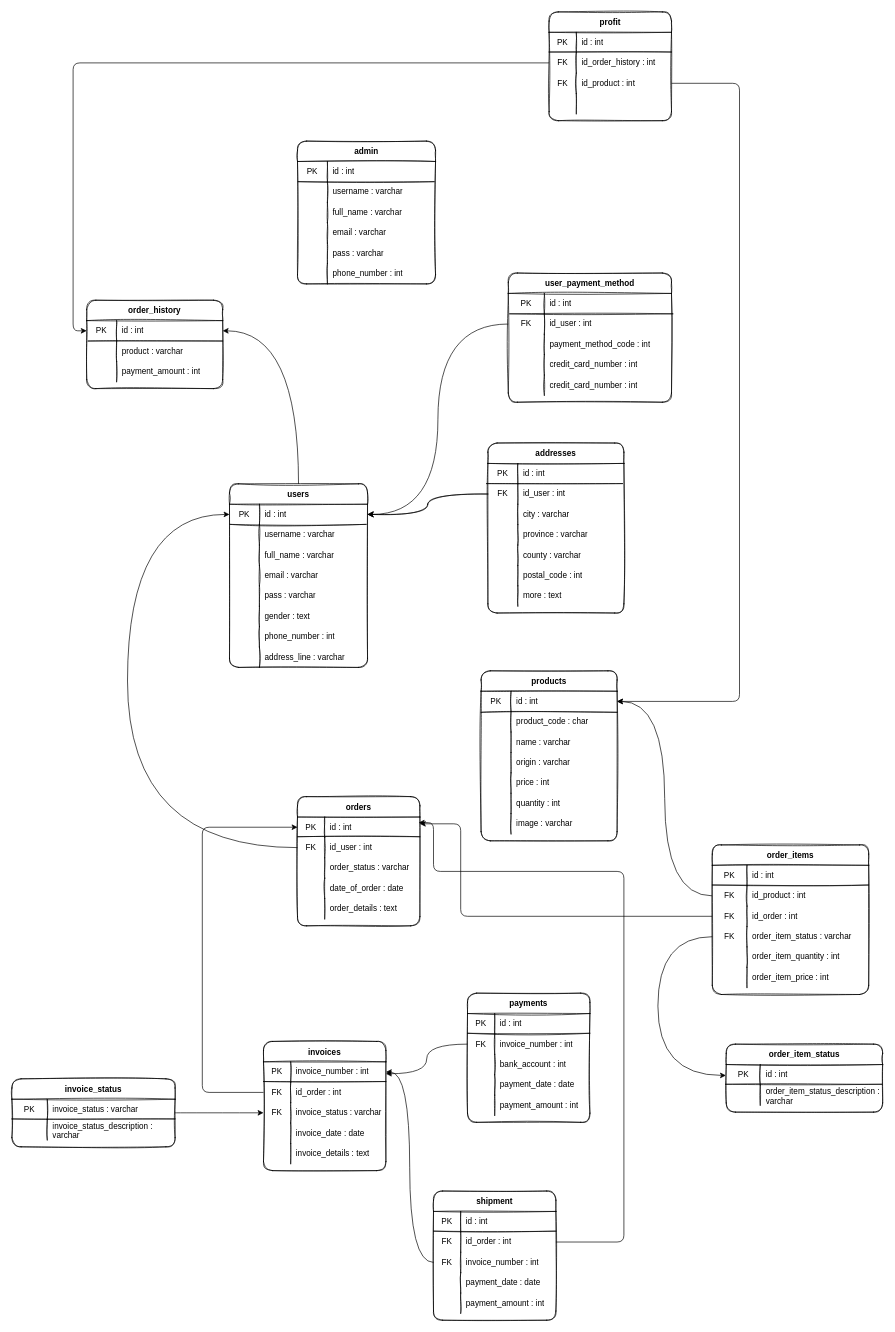
Before: syafaFlower_db.drawio in fadhlanarrizal/syafaFlower, a draw.io diagram. Source tidied: cells renumbered, new cells numbered last; positions are measured from the earlier drawing's top-left corner, leaving out a move shared by most shapes. Both pictures are drawn from the tidied source at 68%, with x=0, y=0 at pixel (12, 12).
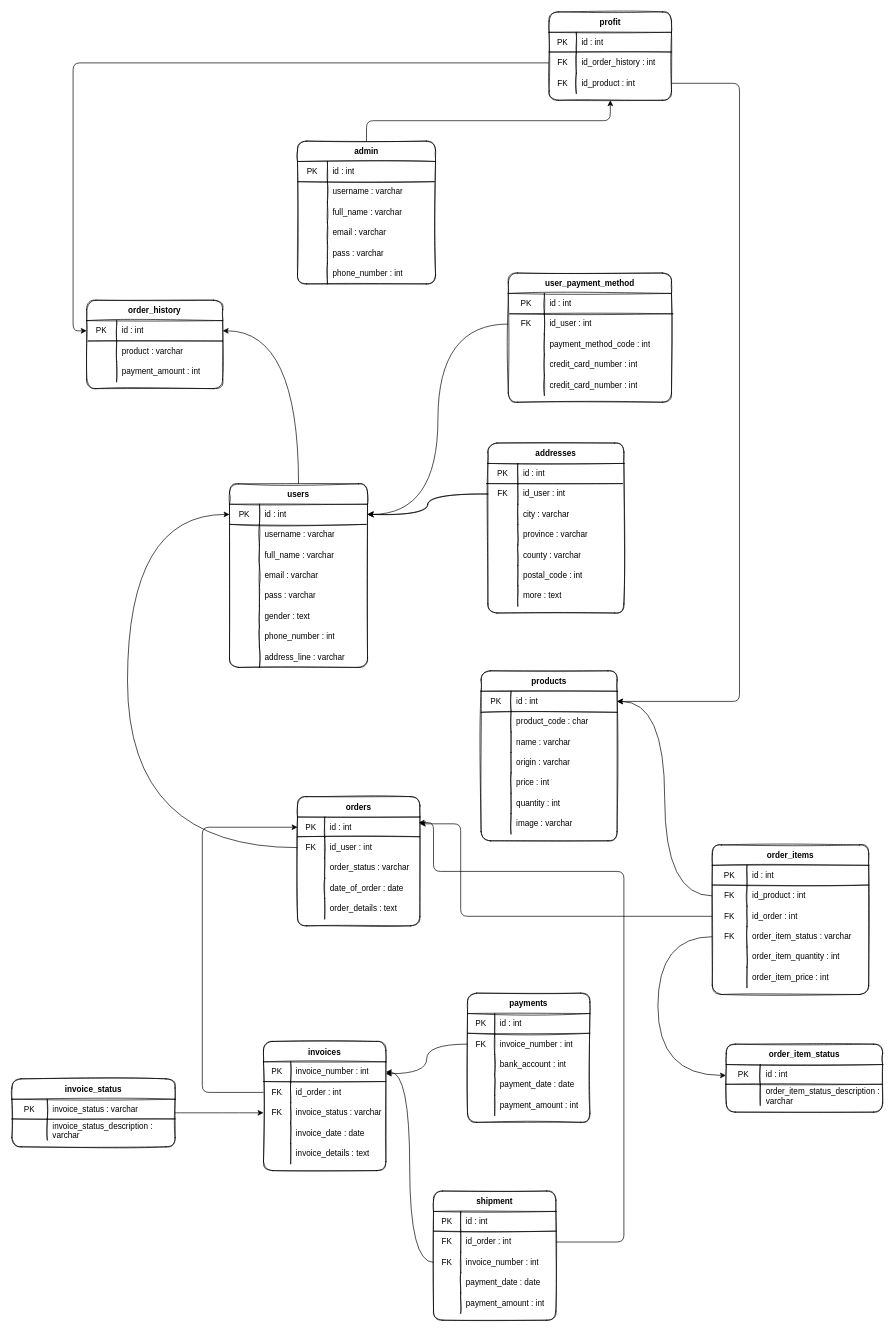
After the change.

Commit message:
Update table admin

The change refers to these unchanged cells:
```xml
<mxCell id="202" value="admin" style="shape=table;startSize=30;childLayout=tableLayout;rowLines=0;fontStyle=1;rounded=1;sketch=1;" parent="201" vertex="1">
  <mxGeometry width="203" height="210" as="geometry" />
</mxCell>
```

The edit, as a diff of the source:
```diff
@@
     <mxCell id="222" value="profit" style="shape=table;startSize=30;childLayout=tableLayout;rowLines=0;fontStyle=1;rounded=1;sketch=1;" parent="1" vertex="1">
-      <mxGeometry x="790" width="180" height="160" as="geometry" />
+      <mxGeometry x="790" width="180" height="130" as="geometry" />
     </mxCell>
@@
-    <mxCell id="232" style="shape=tableRow;horizontal=0;startSize=0;swimlaneHead=0;swimlaneBody=0;top=0;left=0;bottom=0;right=0;fillColor=none;rounded=1;sketch=1;" parent="222" vertex="1">
-      <mxGeometry y="120" width="180" height="30" as="geometry" />
-    </mxCell>
-    <mxCell id="233" style="shape=partialRectangle;html=1;whiteSpace=wrap;fillColor=none;top=0;left=0;bottom=0;right=0;overflow=hidden;rounded=1;sketch=1;" parent="232" vertex="1">
-      <mxGeometry width="40" height="30" as="geometry" />
-    </mxCell>
-    <mxCell id="234" style="shape=partialRectangle;html=1;whiteSpace=wrap;fillColor=none;top=0;left=0;bottom=0;right=0;align=left;spacingLeft=6;overflow=hidden;rounded=1;sketch=1;" parent="232" vertex="1">
-      <mxGeometry x="40" width="140" height="30" as="geometry" />
-    </mxCell>
@@
+    <mxCell id="259" style="edgeStyle=orthogonalEdgeStyle;sketch=0;jettySize=auto;html=1;exitX=0.5;exitY=0;exitDx=0;exitDy=0;entryX=0.5;entryY=1;entryDx=0;entryDy=0;strokeColor=default;" parent="1" edge="1" source="202" target="222">
+      <mxGeometry relative="1" as="geometry" />
+    </mxCell>
```
